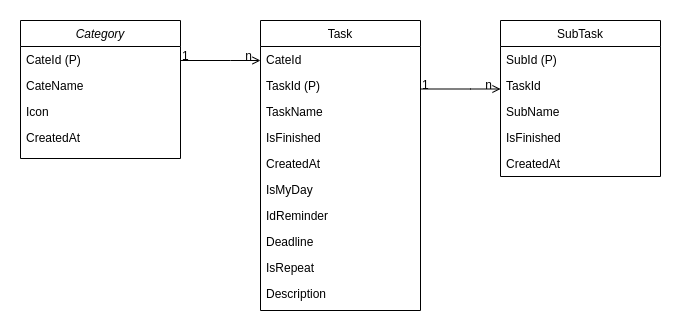
Above: docs/database-diagram.png in quangsang1998/design (draw.io), before the change. Source tidied: cells renumbered, new cells last; positions are measured from the earlier drawing's top-left corner, leaving out a move shared by most shapes.
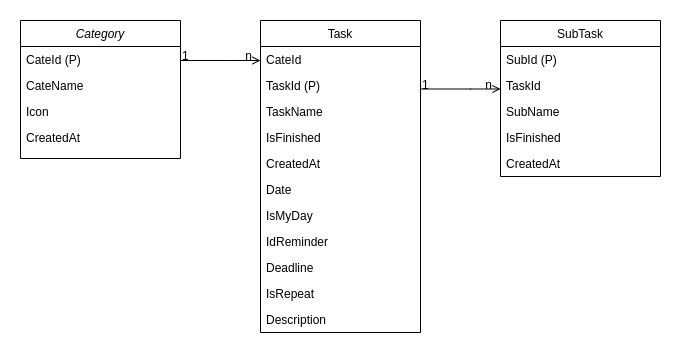
The same diagram one commit later.

Diff of the diagram source:
```diff
@@ -36,7 +36,7 @@
       <mxGeometry y="130" width="160" height="26" as="geometry" />
     </mxCell>
     <mxCell id="13" value="Task" style="swimlane;fontStyle=0;align=center;verticalAlign=top;horizontal=1;startSize=26;rounded=0;shadow=0;strokeWidth=1;" parent="1" vertex="1">
-      <mxGeometry x="240" width="160" height="290" as="geometry" />
+      <mxGeometry x="240" width="160" height="312" as="geometry" />
     </mxCell>
     <mxCell id="14" value="CateId" style="text;align=left;verticalAlign=top;spacingLeft=4;spacingRight=4;overflow=hidden;" parent="13" vertex="1">
       <mxGeometry y="26" width="160" height="26" as="geometry" />
@@ -53,20 +53,23 @@
     <mxCell id="18" value="CreatedAt" style="text;align=left;verticalAlign=top;spacingLeft=4;spacingRight=4;overflow=hidden;rounded=0;shadow=0;html=0;" parent="13" vertex="1">
       <mxGeometry y="130" width="160" height="26" as="geometry" />
     </mxCell>
+    <mxCell id="30" value="Date" style="text;align=left;verticalAlign=top;spacingLeft=4;spacingRight=4;overflow=hidden;rounded=0;shadow=0;html=0;" parent="13" vertex="1">
+      <mxGeometry y="156" width="160" height="26" as="geometry" />
+    </mxCell>
     <mxCell id="19" value="IsMyDay" style="text;align=left;verticalAlign=top;spacingLeft=4;spacingRight=4;overflow=hidden;" parent="13" vertex="1">
-      <mxGeometry y="156" width="160" height="26" as="geometry" />
+      <mxGeometry y="182" width="160" height="26" as="geometry" />
     </mxCell>
     <mxCell id="20" value="IdReminder" style="text;align=left;verticalAlign=top;spacingLeft=4;spacingRight=4;overflow=hidden;" parent="13" vertex="1">
-      <mxGeometry y="182" width="160" height="26" as="geometry" />
+      <mxGeometry y="208" width="160" height="26" as="geometry" />
     </mxCell>
     <mxCell id="21" value="Deadline" style="text;align=left;verticalAlign=top;spacingLeft=4;spacingRight=4;overflow=hidden;" parent="13" vertex="1">
-      <mxGeometry y="208" width="160" height="26" as="geometry" />
+      <mxGeometry y="234" width="160" height="26" as="geometry" />
     </mxCell>
     <mxCell id="22" value="IsRepeat" style="text;align=left;verticalAlign=top;spacingLeft=4;spacingRight=4;overflow=hidden;" parent="13" vertex="1">
-      <mxGeometry y="234" width="160" height="26" as="geometry" />
+      <mxGeometry y="260" width="160" height="26" as="geometry" />
     </mxCell>
     <mxCell id="23" value="Description" style="text;align=left;verticalAlign=top;spacingLeft=4;spacingRight=4;overflow=hidden;" parent="13" vertex="1">
-      <mxGeometry y="260" width="160" height="26" as="geometry" />
+      <mxGeometry y="286" width="160" height="26" as="geometry" />
     </mxCell>
     <mxCell id="24" style="endArrow=open;shadow=0;strokeWidth=1;rounded=0;endFill=1;edgeStyle=elbowEdgeStyle;elbow=vertical;" parent="1" edge="1" source="2" target="13">
       <mxGeometry x="0.5" y="41" relative="1" as="geometry">
```
